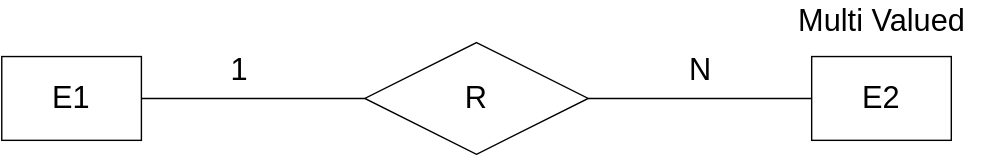
Above: er_question11.svg in listout/drawio_digs (draw.io), before the change. Source tidied: cells renumbered, new cells last; positions are measured from the earlier drawing's top-left corner, leaving out a move shared by most shapes.
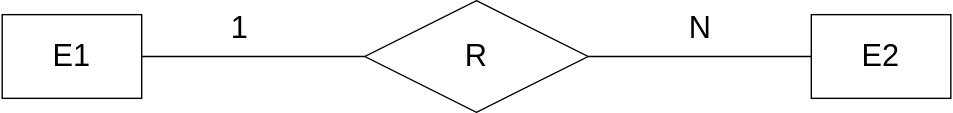
The same diagram one commit later.

Diff of the diagram source:
```diff
@@ -23,8 +23,5 @@
     <mxCell id="8" value="N" style="text;html=1;align=center;verticalAlign=middle;fontSize=22;" parent="1" vertex="1">
       <mxGeometry x="485" y="35" width="30" height="30" as="geometry" />
     </mxCell>
-    <mxCell id="9" value="&lt;div&gt;Multi Valued&lt;/div&gt;" style="text;html=1;align=center;verticalAlign=middle;fontSize=22;" parent="1" vertex="1">
-      <mxGeometry x="560" width="140" height="30" as="geometry" />
-    </mxCell>
   </root>
 </mxGraphModel>
```
